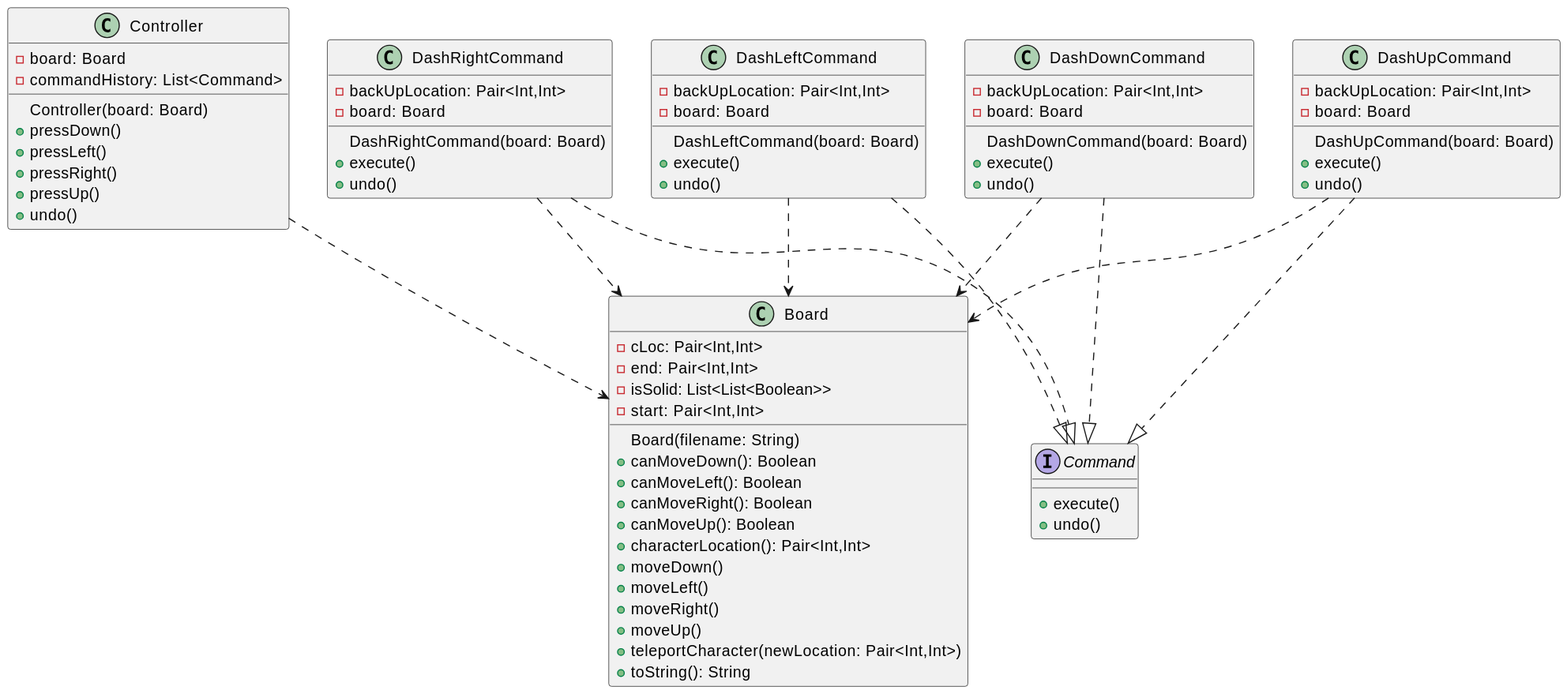
The PlantUML diagram Markdown Lecture Notes and Lab Exercises/uml/umlOutputs/ZoomingThroughAMaze.svg in HowDoIGitHelp/CMSC23MDNotes, before a commit.
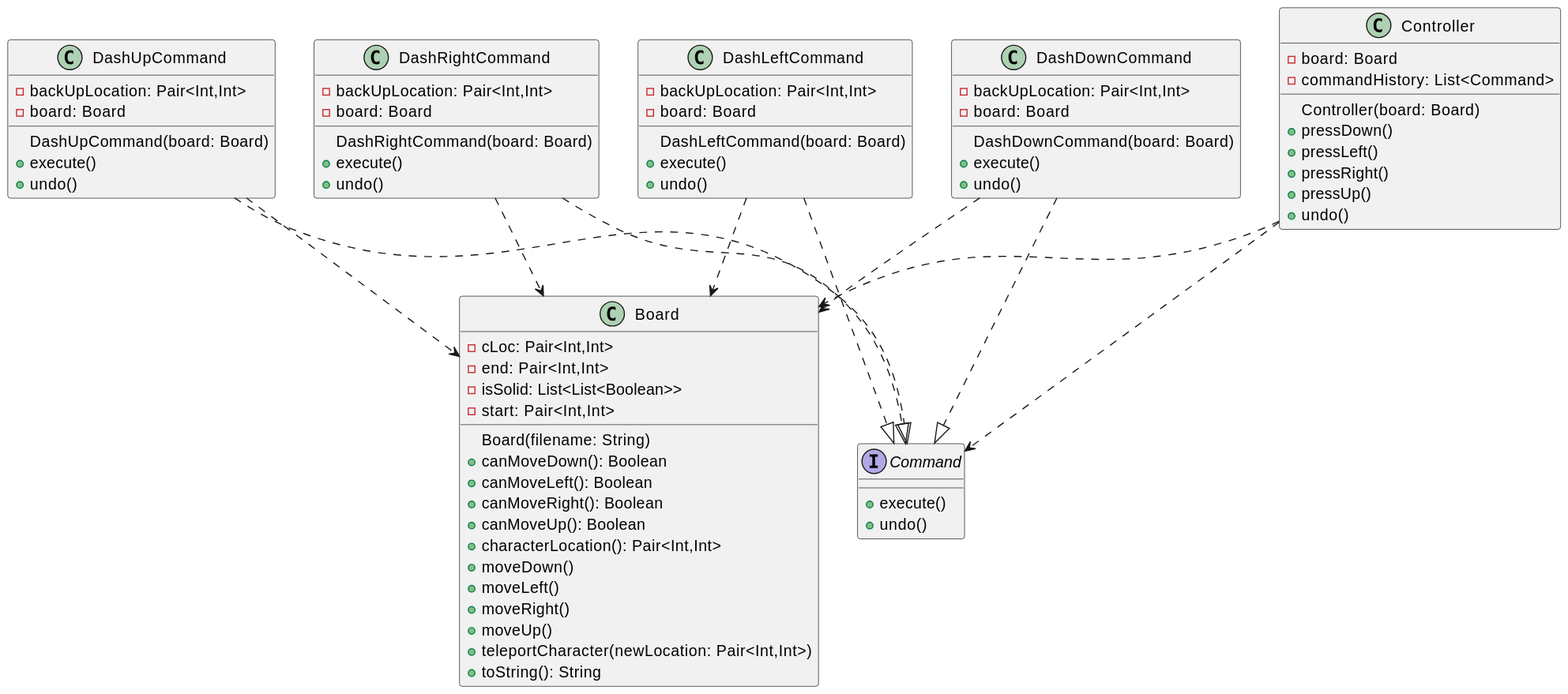
Above is the later version.

Commit message:
change uml diagram for zooming through a maze

Diff of the diagram source:
```diff
@@ -81,6 +81,7 @@
 DashDownCommand ..|> Command
 
 Controller ..> Board
+Controller ..> Command
 DashUpCommand ..> Board
 DashRightCommand ..> Board
 DashLeftCommand ..> Board
```
